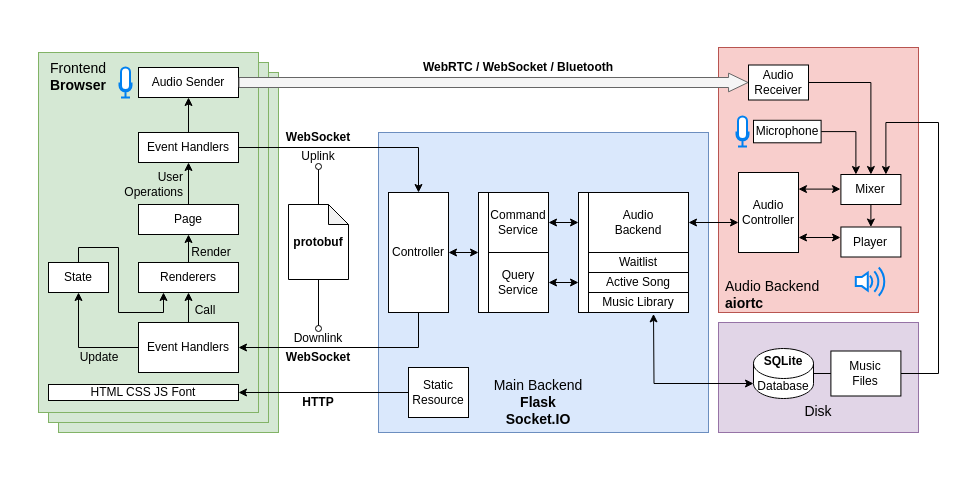
This is Drafts/ksong-arch.drawio from xrysamuel/my-drawio, a draw.io file, before an edit. Source tidied: cells renumbered, new cells numbered last; positions are measured from the earlier drawing's top-left corner, leaving out a move shared by most shapes. Both pictures are drawn from the tidied source at 100%, with x=0, y=0 at pixel (38, 47).
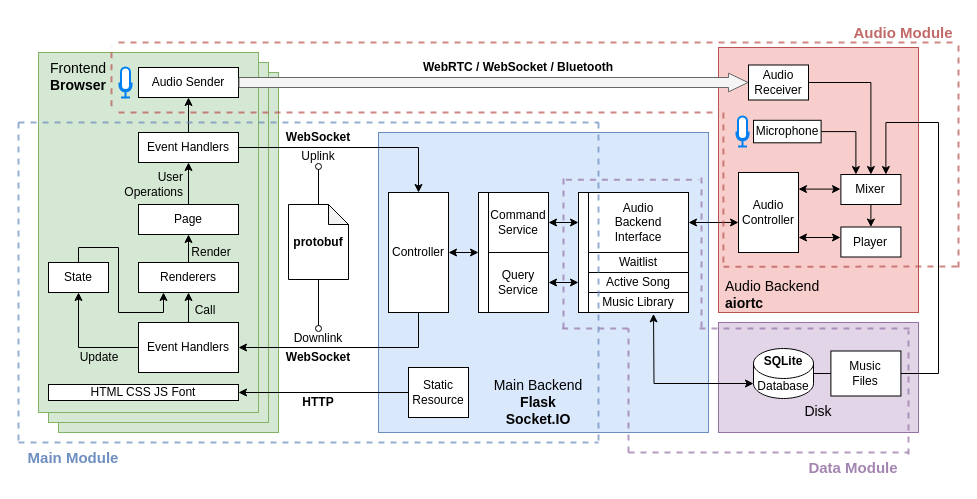
The same page after the edit.

Change to the diagram source:
```diff
@@
-    <mxCell id="32" value="&lt;span style=&quot;font-weight: 400;&quot;&gt;Main Backend&lt;/span&gt;&lt;br&gt;&lt;div&gt;Flask&lt;br&gt;Socket.IO&lt;/div&gt;" style="text;html=1;align=center;verticalAlign=middle;whiteSpace=wrap;rounded=0;fontStyle=1;fontSize=14;" parent="1" vertex="1">
+    <mxCell id="32" value="&lt;span style=&quot;font-weight: 400; background-color: transparent; color: light-dark(rgb(0, 0, 0), rgb(255, 255, 255));&quot;&gt;Main Backend&lt;/span&gt;&lt;div&gt;&lt;div&gt;Flask&lt;br&gt;Socket.IO&lt;/div&gt;&lt;/div&gt;" style="text;html=1;align=center;verticalAlign=middle;whiteSpace=wrap;rounded=0;fontStyle=1;fontSize=14;" parent="1" vertex="1">
       <mxGeometry x="400" y="340" width="200" height="30" as="geometry" />
     </mxCell>
@@
-    <mxCell id="55" value="Audio&lt;div&gt;Backend&lt;/div&gt;" style="rounded=0;whiteSpace=wrap;html=1;" parent="1" vertex="1">
+    <mxCell id="55" value="Audio&lt;div&gt;Backend&lt;/div&gt;&lt;div&gt;Interface&lt;/div&gt;" style="rounded=0;whiteSpace=wrap;html=1;" parent="1" vertex="1">
       <mxGeometry x="550" y="145" width="100" height="60" as="geometry" />
     </mxCell>
@@
-    <mxCell id="72" style="html=1;verticalLabelPosition=bottom;align=center;labelBackgroundColor=#ffffff;verticalAlign=top;strokeWidth=2;strokeColor=#0080F0;shadow=0;dashed=0;shape=mxgraph.ios7.icons.volume_2;" parent="1" vertex="1">
-      <mxGeometry x="817.3" y="220" width="30.3" height="28.2" as="geometry" />
-    </mxCell>
@@
+    <mxCell id="75" style="endArrow=none;dashed=1;html=1;strokeWidth=2;rounded=0;fillColor=#f8cecc;strokeColor=#b85450;opacity=70;" parent="1" edge="1">
+      <mxGeometry relative="1" as="geometry">
+        <mxPoint x="73" y="58.7" as="sourcePoint" />
+        <mxPoint x="73" y="-1.4" as="targetPoint" />
+      </mxGeometry>
+    </mxCell>
+    <mxCell id="76" style="endArrow=none;dashed=1;html=1;strokeWidth=2;rounded=0;fillColor=#f8cecc;strokeColor=#b85450;opacity=70;" parent="1" edge="1">
+      <mxGeometry relative="1" as="geometry">
+        <mxPoint x="80" y="65" as="sourcePoint" />
+        <mxPoint x="680" y="65" as="targetPoint" />
+      </mxGeometry>
+    </mxCell>
+    <mxCell id="77" style="endArrow=none;dashed=1;html=1;strokeWidth=2;rounded=0;fillColor=#f8cecc;strokeColor=#b85450;opacity=70;" parent="1" edge="1">
+      <mxGeometry relative="1" as="geometry">
+        <mxPoint x="684.9" y="215" as="sourcePoint" />
+        <mxPoint x="684.9" y="65" as="targetPoint" />
+      </mxGeometry>
+    </mxCell>
+    <mxCell id="78" style="endArrow=none;dashed=1;html=1;strokeWidth=2;rounded=0;fillColor=#f8cecc;strokeColor=#b85450;opacity=70;" parent="1" edge="1">
+      <mxGeometry relative="1" as="geometry">
+        <mxPoint x="684.9" y="219.3" as="sourcePoint" />
+        <mxPoint x="920" y="219" as="targetPoint" />
+      </mxGeometry>
+    </mxCell>
+    <mxCell id="79" style="endArrow=none;dashed=1;html=1;strokeWidth=2;rounded=0;fillColor=#f8cecc;strokeColor=#b85450;opacity=70;" parent="1" edge="1">
+      <mxGeometry relative="1" as="geometry">
+        <mxPoint x="920" y="220" as="sourcePoint" />
+        <mxPoint x="920" y="-5" as="targetPoint" />
+      </mxGeometry>
+    </mxCell>
+    <mxCell id="80" style="endArrow=none;dashed=1;html=1;strokeWidth=2;rounded=0;fillColor=#f8cecc;strokeColor=#b85450;opacity=70;" parent="1" edge="1">
+      <mxGeometry relative="1" as="geometry">
+        <mxPoint x="80" y="-5" as="sourcePoint" />
+        <mxPoint x="920" y="-5" as="targetPoint" />
+      </mxGeometry>
+    </mxCell>
+    <mxCell id="81" style="endArrow=none;dashed=1;html=1;strokeWidth=2;rounded=0;fillColor=#e1d5e7;strokeColor=#9673a6;opacity=70;" parent="1" edge="1">
+      <mxGeometry relative="1" as="geometry">
+        <mxPoint x="525" y="281" as="sourcePoint" />
+        <mxPoint x="525" y="131" as="targetPoint" />
+      </mxGeometry>
+    </mxCell>
+    <mxCell id="82" style="endArrow=none;dashed=1;html=1;strokeWidth=2;rounded=0;fillColor=#e1d5e7;strokeColor=#9673a6;opacity=70;" parent="1" edge="1">
+      <mxGeometry relative="1" as="geometry">
+        <mxPoint x="527.4" y="132.2" as="sourcePoint" />
+        <mxPoint x="660" y="132.2" as="targetPoint" />
+      </mxGeometry>
+    </mxCell>
+    <mxCell id="83" style="endArrow=none;dashed=1;html=1;strokeWidth=2;rounded=0;fillColor=#e1d5e7;strokeColor=#9673a6;opacity=70;" parent="1" edge="1">
+      <mxGeometry relative="1" as="geometry">
+        <mxPoint x="523.7" y="281" as="sourcePoint" />
+        <mxPoint x="590" y="281" as="targetPoint" />
+      </mxGeometry>
+    </mxCell>
+    <mxCell id="84" style="endArrow=none;dashed=1;html=1;strokeWidth=2;rounded=0;fillColor=#e1d5e7;strokeColor=#9673a6;opacity=70;" parent="1" edge="1">
+      <mxGeometry relative="1" as="geometry">
+        <mxPoint x="590" y="405" as="sourcePoint" />
+        <mxPoint x="590" y="281" as="targetPoint" />
+      </mxGeometry>
+    </mxCell>
+    <mxCell id="85" style="endArrow=none;dashed=1;html=1;strokeWidth=2;rounded=0;fillColor=#e1d5e7;strokeColor=#9673a6;opacity=70;" parent="1" edge="1">
+      <mxGeometry relative="1" as="geometry">
+        <mxPoint x="590" y="405" as="sourcePoint" />
+        <mxPoint x="870" y="405" as="targetPoint" />
+      </mxGeometry>
+    </mxCell>
+    <mxCell id="86" style="endArrow=none;dashed=1;html=1;strokeWidth=2;rounded=0;fillColor=#e1d5e7;strokeColor=#9673a6;opacity=70;" parent="1" edge="1">
+      <mxGeometry relative="1" as="geometry">
+        <mxPoint x="870" y="407" as="sourcePoint" />
+        <mxPoint x="870" y="283" as="targetPoint" />
+      </mxGeometry>
+    </mxCell>
+    <mxCell id="87" style="endArrow=none;dashed=1;html=1;strokeWidth=2;rounded=0;fillColor=#e1d5e7;strokeColor=#9673a6;opacity=70;" parent="1" edge="1">
+      <mxGeometry relative="1" as="geometry">
+        <mxPoint x="661" y="281" as="sourcePoint" />
+        <mxPoint x="871" y="281" as="targetPoint" />
+      </mxGeometry>
+    </mxCell>
+    <mxCell id="88" style="endArrow=none;dashed=1;html=1;strokeWidth=2;rounded=0;fillColor=#e1d5e7;strokeColor=#9673a6;opacity=70;" parent="1" edge="1">
+      <mxGeometry relative="1" as="geometry">
+        <mxPoint x="663" y="280" as="sourcePoint" />
+        <mxPoint x="663" y="130" as="targetPoint" />
+      </mxGeometry>
+    </mxCell>
+    <mxCell id="89" style="endArrow=none;dashed=1;html=1;strokeWidth=2;rounded=0;fillColor=#dae8fc;strokeColor=#6c8ebf;opacity=70;" parent="1" edge="1">
+      <mxGeometry relative="1" as="geometry">
+        <mxPoint x="-20" y="75" as="sourcePoint" />
+        <mxPoint x="-20" y="395" as="targetPoint" />
+      </mxGeometry>
+    </mxCell>
+    <mxCell id="90" style="endArrow=none;dashed=1;html=1;strokeWidth=2;rounded=0;fillColor=#dae8fc;strokeColor=#6c8ebf;opacity=70;" parent="1" edge="1">
+      <mxGeometry relative="1" as="geometry">
+        <mxPoint x="-20" y="395" as="sourcePoint" />
+        <mxPoint x="560" y="395" as="targetPoint" />
+      </mxGeometry>
+    </mxCell>
+    <mxCell id="91" style="endArrow=none;dashed=1;html=1;strokeWidth=2;rounded=0;fillColor=#dae8fc;strokeColor=#6c8ebf;opacity=70;" parent="1" edge="1">
+      <mxGeometry relative="1" as="geometry">
+        <mxPoint x="-20" y="75" as="sourcePoint" />
+        <mxPoint x="560" y="75" as="targetPoint" />
+      </mxGeometry>
+    </mxCell>
+    <mxCell id="92" style="endArrow=none;dashed=1;html=1;strokeWidth=2;rounded=0;fillColor=#dae8fc;strokeColor=#6c8ebf;opacity=70;" parent="1" edge="1">
+      <mxGeometry relative="1" as="geometry">
+        <mxPoint x="560" y="75" as="sourcePoint" />
+        <mxPoint x="560" y="395" as="targetPoint" />
+      </mxGeometry>
+    </mxCell>
+    <mxCell id="93" value="Main Module" style="text;html=1;align=center;verticalAlign=middle;whiteSpace=wrap;rounded=0;fontColor=light-dark(#6e8fc0, #ededed);fontSize=15;fontStyle=1;" parent="1" vertex="1">
+      <mxGeometry x="-20" y="395" width="110" height="30" as="geometry" />
+    </mxCell>
+    <mxCell id="94" value="Data Module" style="text;html=1;align=center;verticalAlign=middle;whiteSpace=wrap;rounded=0;fontColor=light-dark(#a385b1, #ededed);fontSize=15;fontStyle=1;" parent="1" vertex="1">
+      <mxGeometry x="760" y="405" width="110" height="30" as="geometry" />
+    </mxCell>
+    <mxCell id="95" value="Audio Module" style="text;html=1;align=center;verticalAlign=middle;whiteSpace=wrap;rounded=0;fontColor=light-dark(#c26a67, #ededed);fontSize=15;fontStyle=1;" parent="1" vertex="1">
+      <mxGeometry x="810" y="-30" width="110" height="30" as="geometry" />
+    </mxCell>
```
